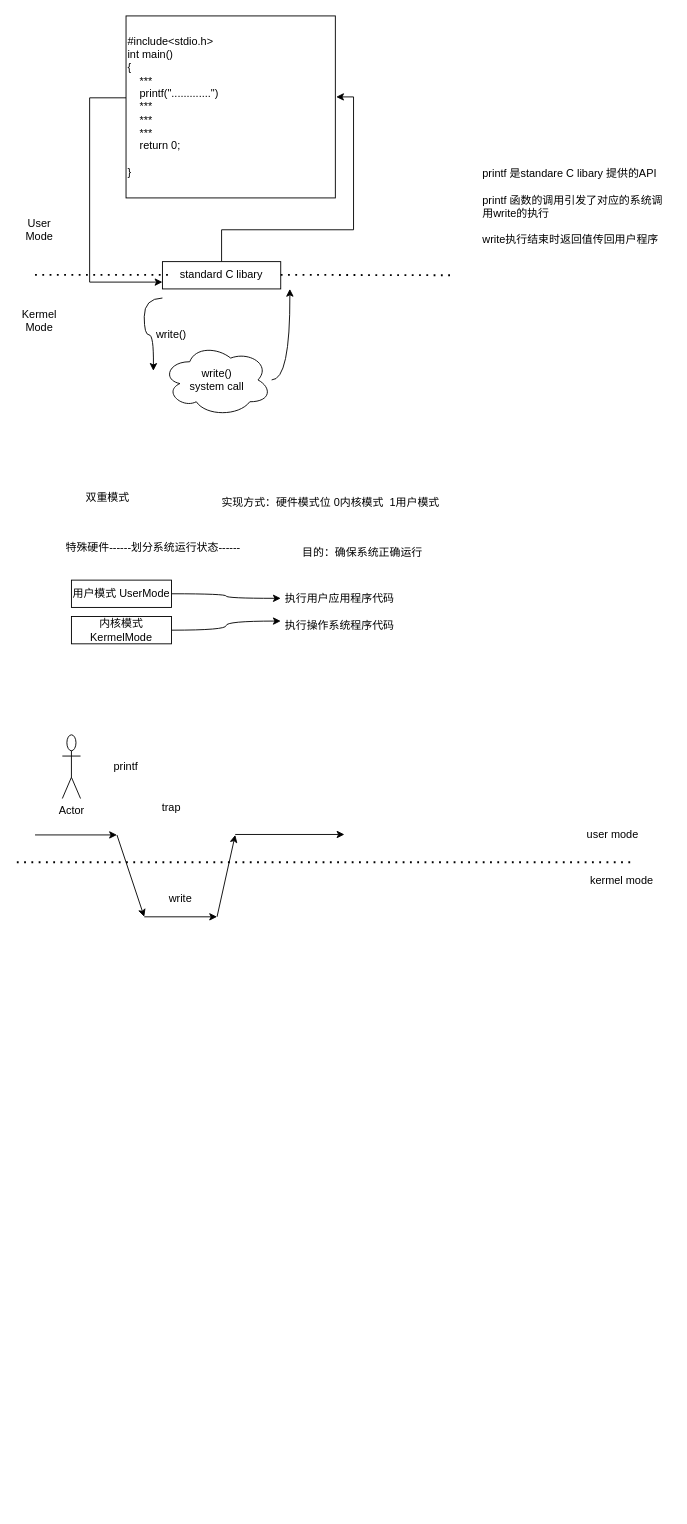
arxobject/spring_analysis keeps this draw.io diagram as diagrams/os1.drawio. Above is the earlier version. Source tidied: cells renumbered, new cells numbered last; positions are measured from the earlier drawing's top-left corner, leaving out a move shared by most shapes. Both pictures are drawn from the tidied source at 91%, with x=0, y=0 at pixel (16, 15).
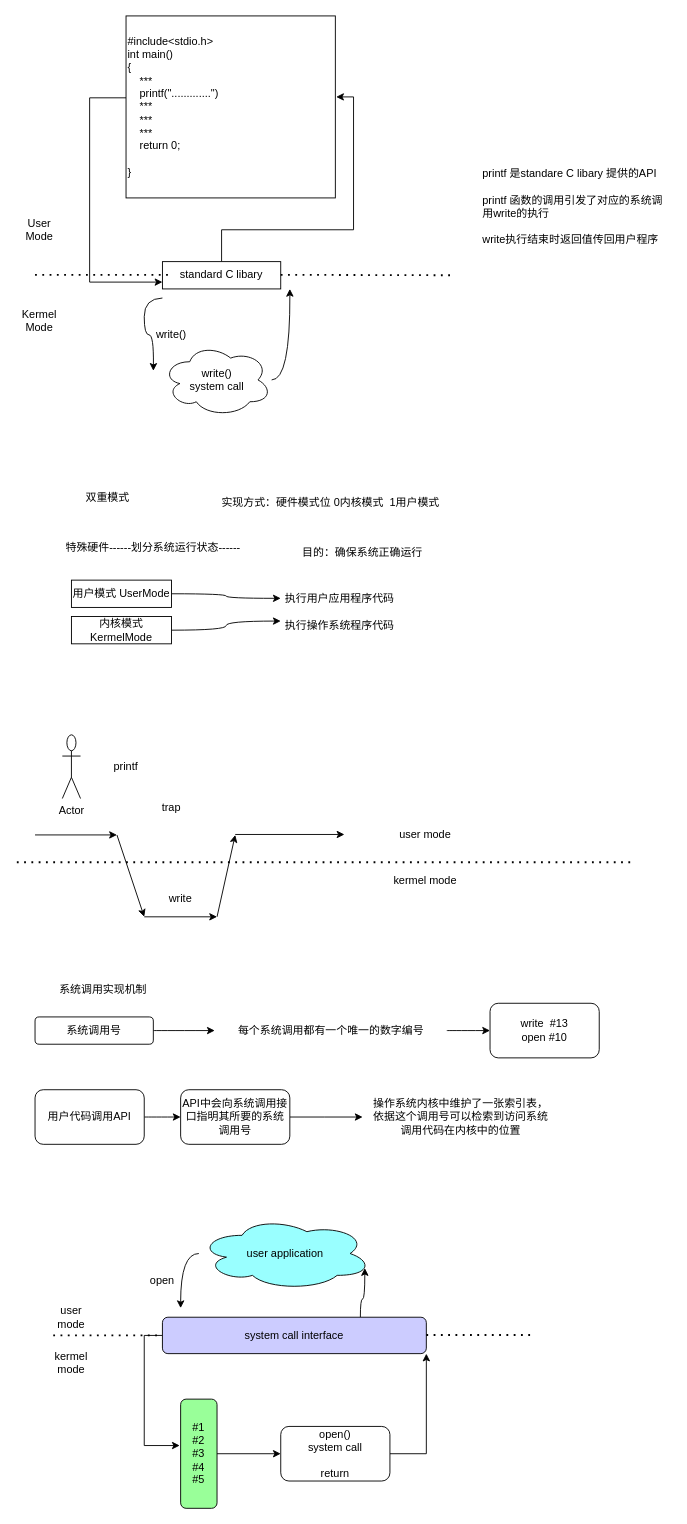
The same diagram, later.

Diff of the diagram source:
```diff
@@
     <mxCell id="29" value="user mode" style="text;html=1;strokeColor=none;fillColor=none;align=center;verticalAlign=middle;whiteSpace=wrap;rounded=0;" parent="1" vertex="1">
-      <mxGeometry x="620" y="890" width="70" height="20" as="geometry" />
+      <mxGeometry x="414" y="890" width="70" height="20" as="geometry" />
     </mxCell>
     <mxCell id="30" value="kermel mode" style="text;html=1;strokeColor=none;fillColor=none;align=center;verticalAlign=middle;whiteSpace=wrap;rounded=0;" parent="1" vertex="1">
-      <mxGeometry x="620" y="940" width="90" height="20" as="geometry" />
+      <mxGeometry x="404" y="940" width="90" height="20" as="geometry" />
     </mxCell>
@@
+    <mxCell id="37" value="系统调用实现机制" style="text;html=1;strokeColor=none;fillColor=none;align=center;verticalAlign=middle;whiteSpace=wrap;rounded=0;" parent="1" vertex="1">
+      <mxGeometry x="40" y="1060" width="110" height="20" as="geometry" />
+    </mxCell>
+    <mxCell id="38" style="edgeStyle=orthogonalEdgeStyle;curved=1;rounded=0;jettySize=auto;html=1;" parent="1" edge="1" source="39" target="41">
+      <mxGeometry relative="1" as="geometry" />
+    </mxCell>
+    <mxCell id="39" value="系统调用号" style="rounded=1;whiteSpace=wrap;html=1;fillColor=#FFFFFF;" parent="1" vertex="1">
+      <mxGeometry x="20" y="1100" width="130" height="30" as="geometry" />
+    </mxCell>
+    <mxCell id="40" style="edgeStyle=orthogonalEdgeStyle;curved=1;rounded=0;jettySize=auto;html=1;entryX=0;entryY=0.5;entryDx=0;entryDy=0;" parent="1" edge="1" source="41" target="47">
+      <mxGeometry relative="1" as="geometry" />
+    </mxCell>
+    <mxCell id="41" value="每个系统调用都有一个唯一的数字编号" style="text;html=1;strokeColor=none;fillColor=none;align=center;verticalAlign=middle;whiteSpace=wrap;rounded=0;" parent="1" vertex="1">
+      <mxGeometry x="217.5" y="1105" width="255" height="20" as="geometry" />
+    </mxCell>
+    <mxCell id="42" style="edgeStyle=orthogonalEdgeStyle;curved=1;rounded=0;jettySize=auto;html=1;entryX=0;entryY=0.5;entryDx=0;entryDy=0;" parent="1" edge="1" source="43" target="45">
+      <mxGeometry relative="1" as="geometry" />
+    </mxCell>
+    <mxCell id="43" value="用户代码调用API" style="rounded=1;whiteSpace=wrap;html=1;fillColor=#FFFFFF;" parent="1" vertex="1">
+      <mxGeometry x="20" y="1180" width="120" height="60" as="geometry" />
+    </mxCell>
+    <mxCell id="44" style="edgeStyle=orthogonalEdgeStyle;curved=1;rounded=0;jettySize=auto;html=1;" parent="1" edge="1" source="45">
+      <mxGeometry relative="1" as="geometry">
+        <mxPoint x="380" y="1210" as="targetPoint" />
+      </mxGeometry>
+    </mxCell>
+    <mxCell id="45" value="API中会向系统调用接口指明其所要的系统调用号" style="rounded=1;whiteSpace=wrap;html=1;fillColor=#FFFFFF;" parent="1" vertex="1">
+      <mxGeometry x="180" y="1180" width="120" height="60" as="geometry" />
+    </mxCell>
+    <mxCell id="46" value="操作系统内核中维护了一张索引表，依据这个调用号可以检索到访问系统调用代码在内核中的位置" style="text;html=1;strokeColor=none;fillColor=none;align=center;verticalAlign=middle;whiteSpace=wrap;rounded=0;" parent="1" vertex="1">
+      <mxGeometry x="390" y="1180" width="196" height="60" as="geometry" />
+    </mxCell>
+    <mxCell id="47" value="write&amp;nbsp; #13&lt;br&gt;open #10" style="rounded=1;whiteSpace=wrap;html=1;fillColor=#FFFFFF;" parent="1" vertex="1">
+      <mxGeometry x="520" y="1085" width="120" height="60" as="geometry" />
+    </mxCell>
+    <mxCell id="48" style="edgeStyle=orthogonalEdgeStyle;curved=1;rounded=0;jettySize=auto;html=1;" parent="1" edge="1" source="49">
+      <mxGeometry relative="1" as="geometry">
+        <mxPoint x="180" y="1420" as="targetPoint" />
+      </mxGeometry>
+    </mxCell>
+    <mxCell id="49" value="user application" style="ellipse;shape=cloud;whiteSpace=wrap;html=1;fillColor=#99FFFF;" parent="1" vertex="1">
+      <mxGeometry x="200" y="1320" width="190" height="80" as="geometry" />
+    </mxCell>
+    <mxCell id="50" style="edgeStyle=orthogonalEdgeStyle;curved=1;rounded=0;jettySize=auto;html=1;exitX=0.75;exitY=0;exitDx=0;exitDy=0;entryX=0.96;entryY=0.7;entryDx=0;entryDy=0;entryPerimeter=0;" parent="1" edge="1" source="52" target="49">
+      <mxGeometry relative="1" as="geometry" />
+    </mxCell>
+    <mxCell id="51" style="edgeStyle=orthogonalEdgeStyle;rounded=0;jettySize=auto;html=1;entryX=-0.025;entryY=0.425;entryDx=0;entryDy=0;entryPerimeter=0;" parent="1" edge="1" source="52" target="59">
+      <mxGeometry relative="1" as="geometry">
+        <Array as="points">
+          <mxPoint x="140" y="1450" />
+          <mxPoint x="140" y="1571" />
+        </Array>
+      </mxGeometry>
+    </mxCell>
+    <mxCell id="52" value="system call interface" style="rounded=1;whiteSpace=wrap;html=1;fillColor=#CCCCFF;" parent="1" vertex="1">
+      <mxGeometry x="160" y="1430" width="290" height="40" as="geometry" />
+    </mxCell>
+    <mxCell id="53" value="open" style="text;html=1;strokeColor=none;fillColor=none;align=center;verticalAlign=middle;whiteSpace=wrap;rounded=0;" parent="1" vertex="1">
+      <mxGeometry x="140" y="1380" width="40" height="20" as="geometry" />
+    </mxCell>
+    <mxCell id="54" style="endArrow=none;dashed=1;html=1;dashPattern=1 3;strokeWidth=2;entryX=0;entryY=0.5;entryDx=0;entryDy=0;" parent="1" edge="1" target="52">
+      <mxGeometry relative="1" as="geometry">
+        <mxPoint x="40" y="1450" as="sourcePoint" />
+      </mxGeometry>
+    </mxCell>
+    <mxCell id="55" style="endArrow=none;dashed=1;html=1;dashPattern=1 3;strokeWidth=2;entryX=0;entryY=0.5;entryDx=0;entryDy=0;" parent="1" edge="1">
+      <mxGeometry relative="1" as="geometry">
+        <mxPoint x="450" y="1449.5" as="sourcePoint" />
+        <mxPoint x="570" y="1449.5" as="targetPoint" />
+      </mxGeometry>
+    </mxCell>
+    <mxCell id="56" value="user mode" style="text;html=1;strokeColor=none;fillColor=none;align=center;verticalAlign=middle;whiteSpace=wrap;rounded=0;" parent="1" vertex="1">
+      <mxGeometry x="40" y="1420" width="40" height="20" as="geometry" />
+    </mxCell>
+    <mxCell id="57" value="kermel mode" style="text;html=1;strokeColor=none;fillColor=none;align=center;verticalAlign=middle;whiteSpace=wrap;rounded=0;" parent="1" vertex="1">
+      <mxGeometry x="40" y="1470" width="40" height="20" as="geometry" />
+    </mxCell>
+    <mxCell id="58" style="edgeStyle=orthogonalEdgeStyle;rounded=0;jettySize=auto;html=1;" parent="1" edge="1" source="59" target="61">
+      <mxGeometry relative="1" as="geometry" />
+    </mxCell>
+    <mxCell id="59" value="#1&lt;br&gt;#2&lt;br&gt;#3&lt;br&gt;#4&lt;br&gt;#5&lt;br&gt;" style="rounded=1;whiteSpace=wrap;html=1;fillColor=#99FF99;" parent="1" vertex="1">
+      <mxGeometry x="180" y="1520" width="40" height="120" as="geometry" />
+    </mxCell>
+    <mxCell id="60" style="edgeStyle=orthogonalEdgeStyle;rounded=0;jettySize=auto;html=1;entryX=1;entryY=1;entryDx=0;entryDy=0;" parent="1" edge="1" source="61" target="52">
+      <mxGeometry relative="1" as="geometry">
+        <Array as="points">
+          <mxPoint x="450" y="1580" />
+        </Array>
+      </mxGeometry>
+    </mxCell>
+    <mxCell id="61" value="open()&lt;br&gt;system call&lt;br&gt;&lt;br&gt;return" style="rounded=1;whiteSpace=wrap;html=1;fillColor=#FFFFFF;" parent="1" vertex="1">
+      <mxGeometry x="290" y="1550" width="120" height="60" as="geometry" />
+    </mxCell>
```
